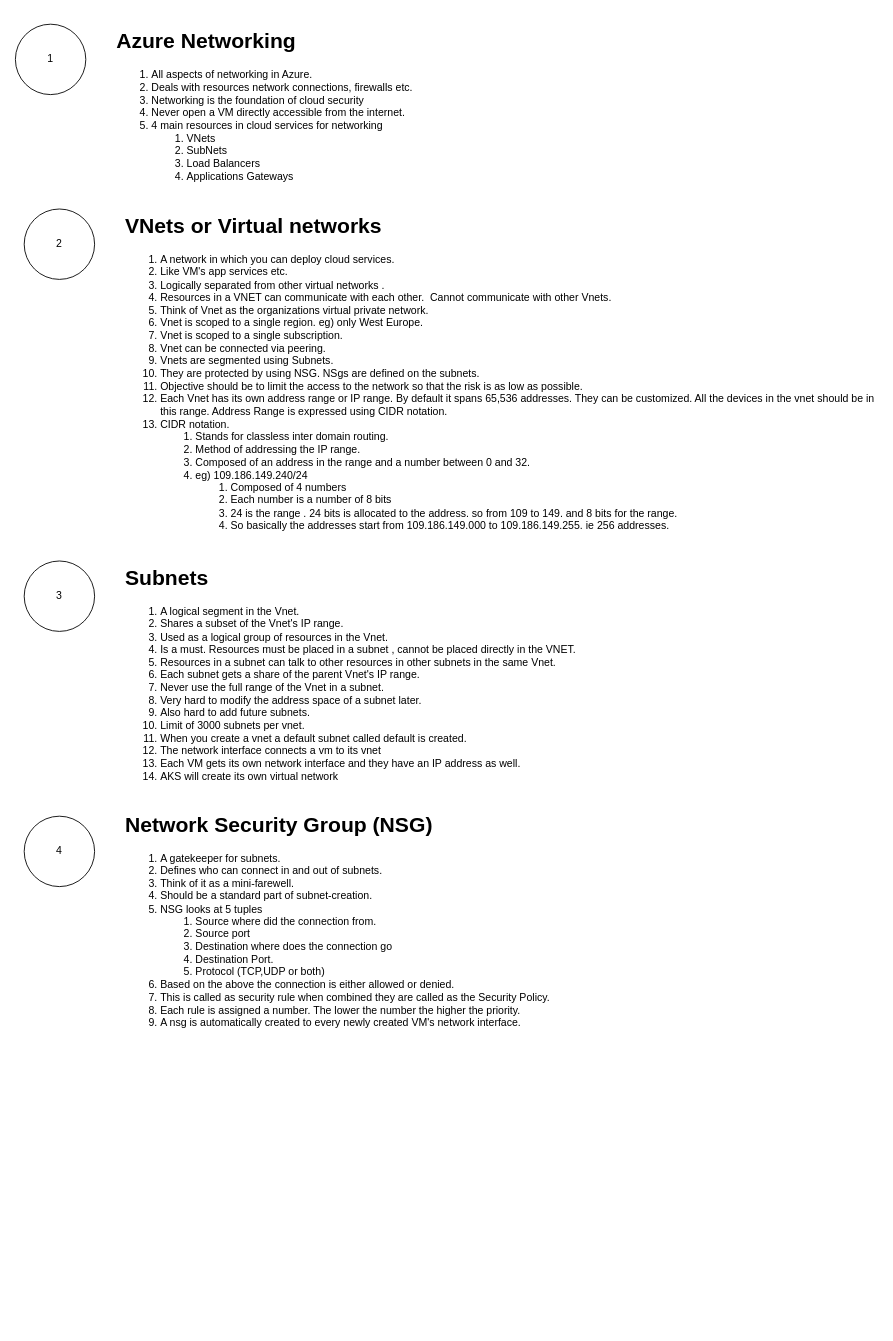
Before: page "Azure Networking - VNets" (6 of 6) of Azure detailed.drawio in snair0410/cv, a draw.io diagram. Source tidied: cells renumbered, new cells numbered last; positions are measured from the earlier drawing's top-left corner, leaving out a move shared by most shapes. Both pictures are drawn from the tidied source at 88%, with x=0, y=0 at pixel (15, 24).
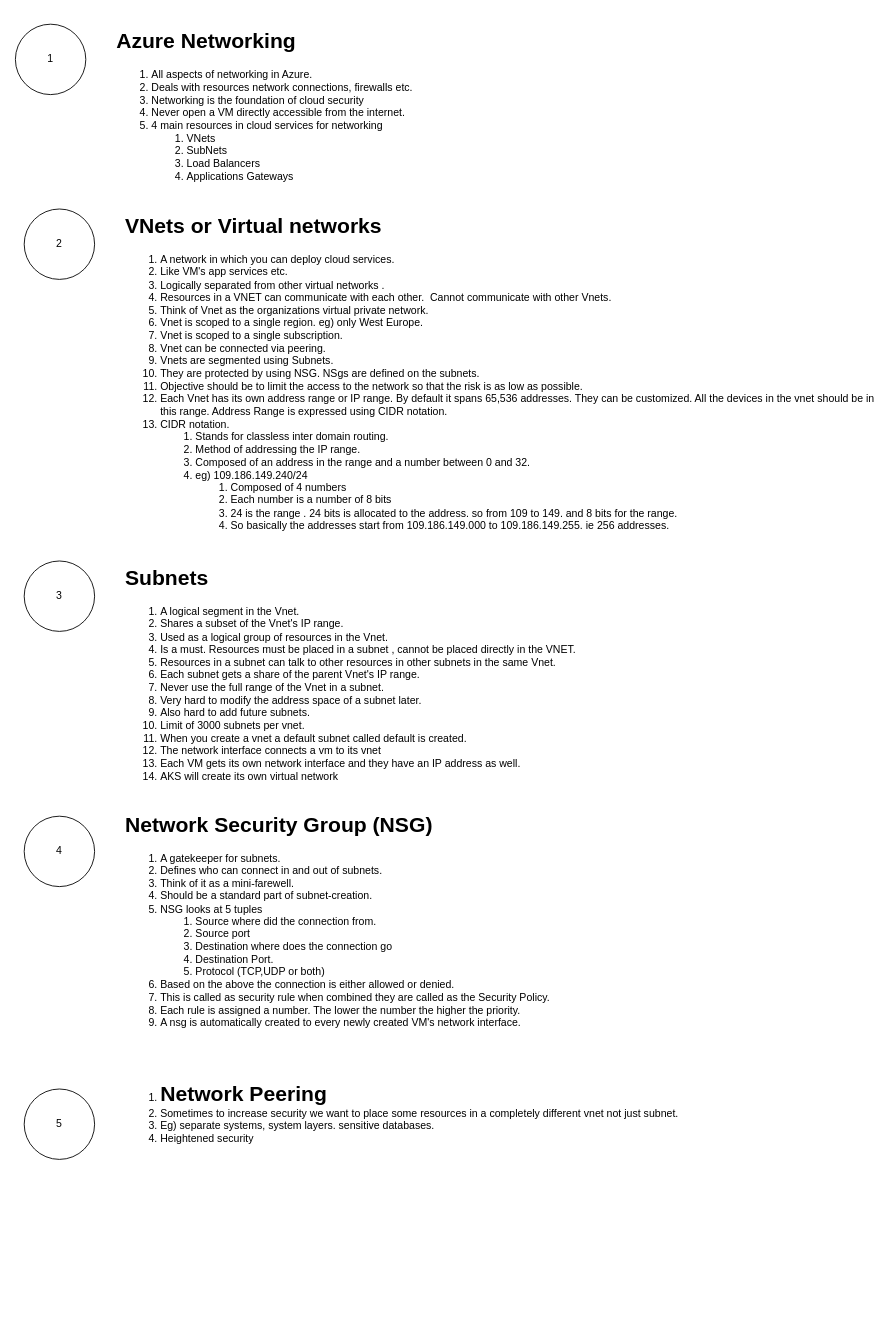
The same page after the edit.

Diff of the diagram source:
```diff
@@
 <mxGraphModel>
   <root>
     <mxCell id="0" />
     <mxCell id="1" parent="0" />
     <mxCell id="2" value="1" style="ellipse;whiteSpace=wrap;html=1;" parent="1" vertex="1">
       <mxGeometry width="80" height="80" as="geometry" />
     </mxCell>
     <mxCell id="3" value="&lt;h1&gt;Azure Networking&lt;/h1&gt;&lt;div&gt;&lt;ol&gt;&lt;li&gt;All aspects of networking in Azure.&lt;/li&gt;&lt;li&gt;Deals with resources network connections, firewalls etc.&amp;nbsp;&lt;/li&gt;&lt;li&gt;Networking is the foundation of cloud security&lt;/li&gt;&lt;li&gt;Never open a VM directly accessible from the internet.&amp;nbsp;&lt;/li&gt;&lt;li&gt;4 main resources in cloud services for networking&lt;/li&gt;&lt;ol&gt;&lt;li&gt;VNets&lt;/li&gt;&lt;li&gt;SubNets&lt;/li&gt;&lt;li&gt;Load Balancers&lt;/li&gt;&lt;li&gt;Applications Gateways&lt;/li&gt;&lt;/ol&gt;&lt;/ol&gt;&lt;/div&gt;" style="text;html=1;strokeColor=none;fillColor=none;spacing=5;spacingTop=-20;whiteSpace=wrap;overflow=hidden;rounded=0;" parent="1" vertex="1">
       <mxGeometry x="110" width="860" height="200" as="geometry" />
     </mxCell>
     <mxCell id="4" value="2" style="ellipse;whiteSpace=wrap;html=1;" parent="1" vertex="1">
       <mxGeometry x="10" y="210" width="80" height="80" as="geometry" />
     </mxCell>
     <mxCell id="5" value="&lt;h1&gt;VNets or Virtual networks&lt;/h1&gt;&lt;div&gt;&lt;ol&gt;&lt;li&gt;A network in which you can deploy cloud services.&amp;nbsp;&lt;/li&gt;&lt;li&gt;Like VM's app services etc.&lt;/li&gt;&lt;li&gt;Logically separated from other virtual networks .&lt;/li&gt;&lt;li&gt;Resources in a VNET can communicate with each other.&amp;nbsp; Cannot communicate with other Vnets.&lt;/li&gt;&lt;li&gt;Think of Vnet as the organizations virtual private network.&lt;/li&gt;&lt;li&gt;Vnet is scoped to a single region. eg) only West Europe.&lt;/li&gt;&lt;li&gt;Vnet is scoped to a single subscription.&amp;nbsp;&lt;/li&gt;&lt;li&gt;Vnet can be connected via peering.&amp;nbsp;&lt;/li&gt;&lt;li&gt;Vnets are segmented using Subnets.&lt;/li&gt;&lt;li&gt;They are protected by using NSG. NSgs are defined on the subnets.&amp;nbsp;&lt;/li&gt;&lt;li&gt;Objective should be to limit the access to the network so that the risk is as low as possible.&amp;nbsp;&lt;/li&gt;&lt;li&gt;Each Vnet has its own address range or IP range. By default it spans 65,536 addresses. They can be customized. All the devices in the vnet should be in this range. Address Range is expressed using CIDR notation.&lt;/li&gt;&lt;li&gt;CIDR notation.&lt;/li&gt;&lt;ol&gt;&lt;li&gt;Stands for classless inter domain routing.&lt;/li&gt;&lt;li&gt;Method of addressing the IP range.&lt;/li&gt;&lt;li&gt;Composed of an address in the range and a number between 0 and 32.&lt;/li&gt;&lt;li&gt;eg) 109.186.149.240/24&lt;/li&gt;&lt;ol&gt;&lt;li&gt;Composed of 4 numbers&amp;nbsp;&lt;/li&gt;&lt;li&gt;Each number is a number of 8 bits&lt;/li&gt;&lt;li&gt;24 is the range . 24 bits is allocated to the address. so from 109 to 149. and 8 bits for the range.&amp;nbsp;&lt;/li&gt;&lt;li&gt;So basically the addresses start from 109.186.149.000 to 109.186.149.255. ie 256 addresses.&amp;nbsp;&lt;/li&gt;&lt;/ol&gt;&lt;/ol&gt;&lt;/ol&gt;&lt;/div&gt;" style="text;html=1;strokeColor=none;fillColor=none;spacing=5;spacingTop=-20;whiteSpace=wrap;overflow=hidden;rounded=0;" parent="1" vertex="1">
       <mxGeometry x="120" y="210" width="860" height="380" as="geometry" />
     </mxCell>
     <mxCell id="6" value="3" style="ellipse;whiteSpace=wrap;html=1;" parent="1" vertex="1">
       <mxGeometry x="10" y="610" width="80" height="80" as="geometry" />
     </mxCell>
     <mxCell id="7" value="&lt;h1&gt;Subnets&lt;/h1&gt;&lt;div&gt;&lt;ol&gt;&lt;li&gt;A logical segment in the Vnet.&lt;/li&gt;&lt;li&gt;Shares a subset of the Vnet's IP range.&amp;nbsp;&lt;/li&gt;&lt;li&gt;Used as a logical group of resources in the Vnet.&lt;/li&gt;&lt;li&gt;Is a must. Resources must be placed in a subnet , cannot be placed directly in the VNET.&amp;nbsp;&lt;/li&gt;&lt;li&gt;Resources in a subnet can talk to other resources in other subnets in the same Vnet.&amp;nbsp;&lt;/li&gt;&lt;li&gt;Each subnet gets a share of the parent Vnet's IP range.&lt;/li&gt;&lt;li&gt;Never use the full range of the Vnet in a subnet.&amp;nbsp;&lt;/li&gt;&lt;li&gt;Very hard to modify the address space of a subnet later.&amp;nbsp;&lt;/li&gt;&lt;li&gt;Also hard to add future subnets.&amp;nbsp;&lt;/li&gt;&lt;li&gt;Limit of 3000 subnets per vnet.&amp;nbsp;&lt;/li&gt;&lt;li&gt;When you create a vnet a default subnet called default is created.&lt;/li&gt;&lt;li&gt;The network interface connects a vm to its vnet&lt;/li&gt;&lt;li&gt;Each VM gets its own network interface and they have an IP address as well.&amp;nbsp;&lt;/li&gt;&lt;li&gt;AKS will create its own virtual network&lt;/li&gt;&lt;/ol&gt;&lt;/div&gt;" style="text;html=1;strokeColor=none;fillColor=none;spacing=5;spacingTop=-20;whiteSpace=wrap;overflow=hidden;rounded=0;" parent="1" vertex="1">
       <mxGeometry x="120" y="610" width="860" height="280" as="geometry" />
     </mxCell>
     <mxCell id="8" value="4" style="ellipse;whiteSpace=wrap;html=1;" parent="1" vertex="1">
       <mxGeometry x="10" y="900" width="80" height="80" as="geometry" />
     </mxCell>
     <mxCell id="9" value="&lt;h1&gt;Network Security Group (NSG)&lt;/h1&gt;&lt;div&gt;&lt;ol&gt;&lt;li&gt;A gatekeeper for subnets.&lt;/li&gt;&lt;li&gt;Defines who can connect in and out of subnets.&lt;/li&gt;&lt;li&gt;Think of it as a mini-farewell.&amp;nbsp;&lt;/li&gt;&lt;li&gt;Should be a standard part of subnet-creation.&amp;nbsp;&lt;/li&gt;&lt;li&gt;NSG looks at 5 tuples&lt;/li&gt;&lt;ol&gt;&lt;li&gt;Source where did the connection from.&lt;/li&gt;&lt;li&gt;Source port&lt;/li&gt;&lt;li&gt;Destination where does the connection go&lt;/li&gt;&lt;li&gt;Destination Port.&lt;/li&gt;&lt;li&gt;Protocol (TCP,UDP or both)&lt;/li&gt;&lt;/ol&gt;&lt;li&gt;Based on the above the connection is either allowed or denied.&lt;/li&gt;&lt;li&gt;This is called as security rule when combined they are called as the Security Policy.&lt;/li&gt;&lt;li&gt;Each rule is assigned a number. The lower the number the higher the priority.&amp;nbsp;&lt;/li&gt;&lt;li&gt;A nsg is automatically created to every newly created VM's network interface.&amp;nbsp;&lt;/li&gt;&lt;/ol&gt;&lt;/div&gt;" style="text;html=1;strokeColor=none;fillColor=none;spacing=5;spacingTop=-20;whiteSpace=wrap;overflow=hidden;rounded=0;" parent="1" vertex="1">
       <mxGeometry x="120" y="890" width="860" height="280" as="geometry" />
     </mxCell>
+    <mxCell id="10" value="5" style="ellipse;whiteSpace=wrap;html=1;" parent="1" vertex="1">
+      <mxGeometry x="10" y="1210" width="80" height="80" as="geometry" />
+    </mxCell>
+    <mxCell id="11" value="&lt;div&gt;&lt;ol&gt;&lt;li&gt;&lt;span style=&quot;font-size: 24px;&quot;&gt;&lt;b&gt;Network Peering&lt;/b&gt;&lt;/span&gt;&lt;/li&gt;&lt;li&gt;Sometimes to increase security we want to place some resources in a completely different vnet not just subnet.&lt;/li&gt;&lt;li&gt;Eg) separate systems, system layers. sensitive databases.&amp;nbsp;&lt;/li&gt;&lt;li&gt;Heightened security&amp;nbsp;&lt;/li&gt;&lt;/ol&gt;&lt;/div&gt;" style="text;html=1;strokeColor=none;fillColor=none;spacing=5;spacingTop=-20;whiteSpace=wrap;overflow=hidden;rounded=0;" parent="1" vertex="1">
+      <mxGeometry x="120" y="1200" width="860" height="280" as="geometry" />
+    </mxCell>
   </root>
 </mxGraphModel>
```
